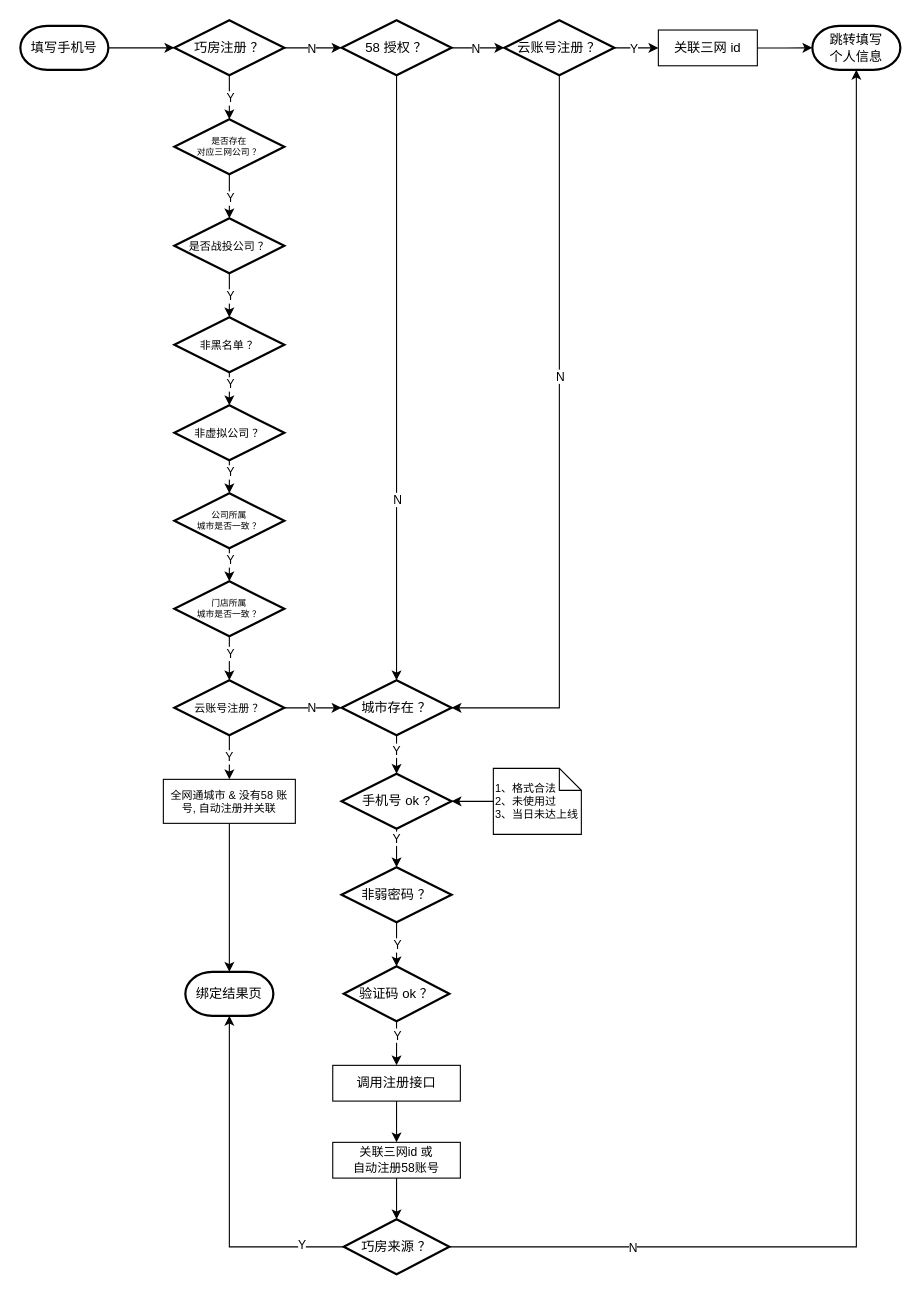
Above: 58/三网注册.drawio in Y130/draw.io (draw.io), before the change. Source tidied: cells renumbered, new cells numbered last; positions are measured from the earlier drawing's top-left corner, leaving out a move shared by most shapes. Both pictures are drawn from the tidied source at 110%, with x=0, y=0 at pixel (20, 20).
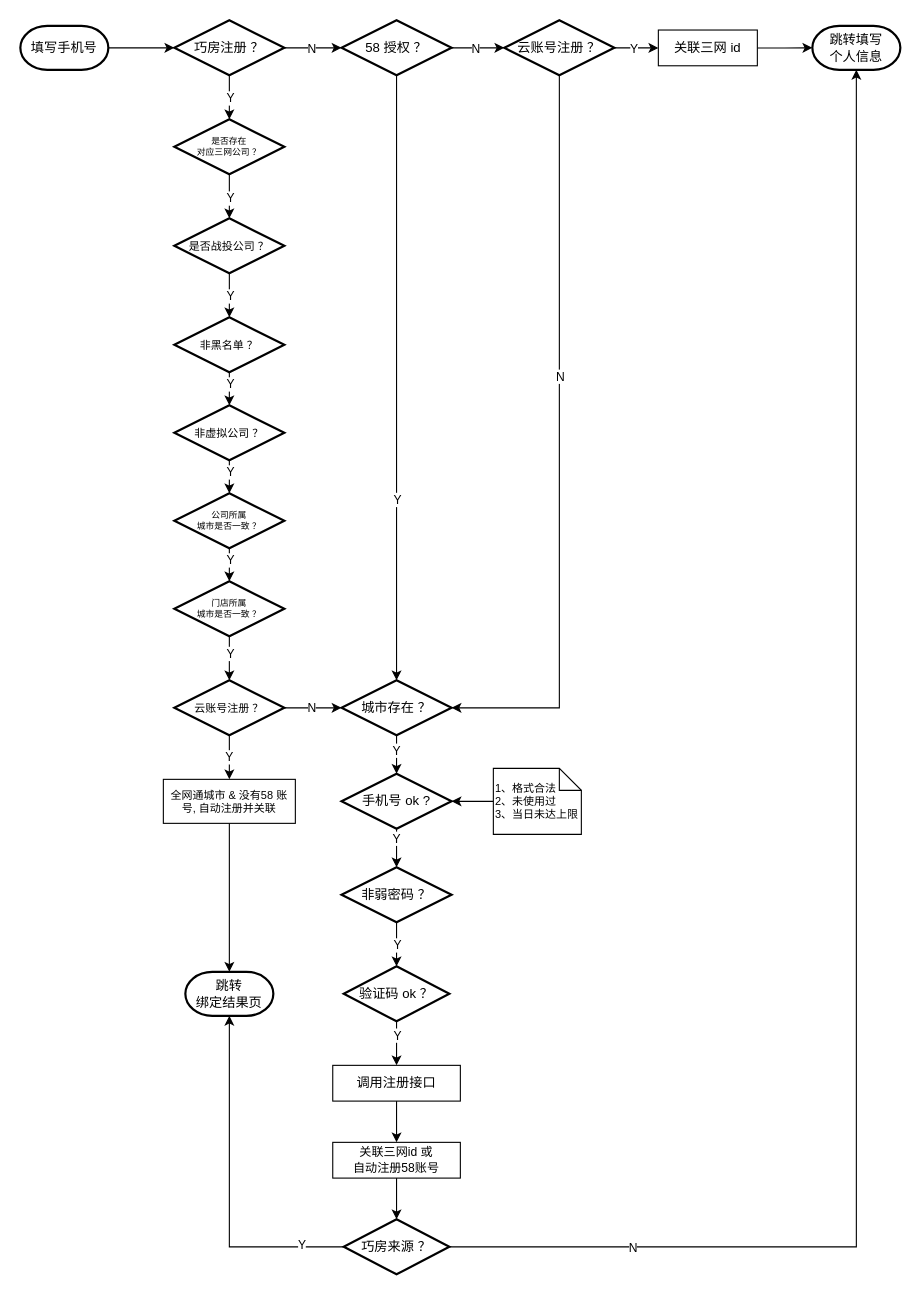
The same page after the edit.

Commit message:
更新三网注册.drawio

The change refers to these unchanged cells:
```xml
<mxCell id="11" style="edgeStyle=orthogonalEdgeStyle;rounded=0;jettySize=auto;html=1;" parent="1" edge="1" source="13" target="48">
  <mxGeometry relative="1" as="geometry" />
</mxCell>
```

Diff of the diagram source:
```diff
@@
-    <mxCell id="12" value="N" style="edgeLabel;html=1;align=center;verticalAlign=middle;" parent="11" vertex="1">
+    <mxCell id="12" value="Y" style="edgeLabel;html=1;align=center;verticalAlign=middle;" parent="11" vertex="1">
       <mxGeometry x="0.4" relative="1" as="geometry" />
     </mxCell>
@@
-    <mxCell id="38" value="绑定结果页" style="strokeWidth=2;html=1;shape=mxgraph.flowchart.terminator;whiteSpace=wrap;" parent="1" vertex="1">
+    <mxCell id="38" value="跳转&lt;br&gt;绑定结果页" style="strokeWidth=2;html=1;shape=mxgraph.flowchart.terminator;whiteSpace=wrap;" parent="1" vertex="1">
       <mxGeometry x="150" y="865" width="80" height="40" as="geometry" />
     </mxCell>
@@
-    <mxCell id="52" value="1、格式合法&lt;br style=&quot;border-color: var(--border-color); font-size: 10px;&quot;&gt;&lt;span style=&quot;font-size: 10px;&quot;&gt;2、未使用过&lt;/span&gt;&lt;br style=&quot;border-color: var(--border-color); font-size: 10px;&quot;&gt;&lt;span style=&quot;font-size: 10px;&quot;&gt;3、当日未达上线&lt;/span&gt;" style="shape=note;size=20;whiteSpace=wrap;html=1;fontSize=10;align=left;" parent="1" vertex="1">
+    <mxCell id="52" value="1、格式合法&lt;br style=&quot;border-color: var(--border-color); font-size: 10px;&quot;&gt;&lt;span style=&quot;font-size: 10px;&quot;&gt;2、未使用过&lt;/span&gt;&lt;br style=&quot;border-color: var(--border-color); font-size: 10px;&quot;&gt;&lt;span style=&quot;font-size: 10px;&quot;&gt;3、当日未达上限&lt;/span&gt;" style="shape=note;size=20;whiteSpace=wrap;html=1;fontSize=10;align=left;" parent="1" vertex="1">
       <mxGeometry x="430" y="680" width="80" height="60" as="geometry" />
     </mxCell>
```
